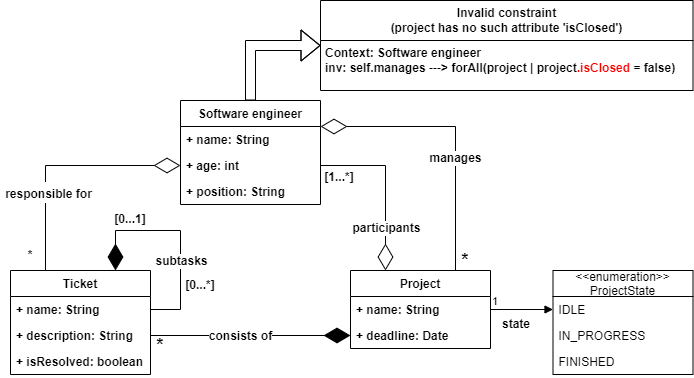
Earlier version of the draw.io export assets/introduction/management_system_with_new_element_variant.png (AntonSk98/User-driven-constraint-modelling-for-entity-models-at-runtime). Source tidied: cells renumbered, new cells last; positions are measured from the earlier drawing's top-left corner, leaving out a move shared by most shapes. Its diagram source:
```xml
<mxGraphModel>
  <root>
    <mxCell id="0" />
    <mxCell id="1" parent="0" />
    <mxCell id="2" value="Software engineer" style="swimlane;fontStyle=1;horizontal=1;startSize=26;fillColor=none;" parent="1" vertex="1">
      <mxGeometry x="180" y="100" width="140" height="104" as="geometry" />
    </mxCell>
    <mxCell id="3" value="+ name: String" style="text;strokeColor=none;fillColor=none;align=left;verticalAlign=top;spacingLeft=4;spacingRight=4;overflow=hidden;fontStyle=1;" parent="2" vertex="1">
      <mxGeometry y="26" width="140" height="26" as="geometry" />
    </mxCell>
    <mxCell id="4" value="+ age: int" style="text;strokeColor=none;fillColor=none;align=left;verticalAlign=top;spacingLeft=4;spacingRight=4;overflow=hidden;points=[[0,0.5],[1,0.5]];portConstraint=eastwest;fontStyle=1;" parent="2" vertex="1">
      <mxGeometry y="52" width="140" height="26" as="geometry" />
    </mxCell>
    <mxCell id="5" value="+ position: String" style="text;strokeColor=none;fillColor=none;align=left;verticalAlign=top;spacingLeft=4;spacingRight=4;overflow=hidden;fontStyle=1;" parent="2" vertex="1">
      <mxGeometry y="78" width="140" height="26" as="geometry" />
    </mxCell>
    <mxCell id="6" value="Ticket" style="swimlane;fontStyle=1;horizontal=1;startSize=26;fillColor=none;" parent="1" vertex="1">
      <mxGeometry x="10" y="270" width="140" height="104" as="geometry" />
    </mxCell>
    <mxCell id="7" value="+ name: String" style="text;strokeColor=none;fillColor=none;align=left;verticalAlign=top;spacingLeft=4;spacingRight=4;overflow=hidden;points=[[0,0.5],[1,0.5]];portConstraint=eastwest;fontStyle=1;" parent="6" vertex="1">
      <mxGeometry y="26" width="140" height="26" as="geometry" />
    </mxCell>
    <mxCell id="8" value="+ description: String" style="text;strokeColor=none;fillColor=none;align=left;verticalAlign=top;spacingLeft=4;spacingRight=4;overflow=hidden;points=[[0,0.5],[1,0.5]];portConstraint=eastwest;fontStyle=1;" parent="6" vertex="1">
      <mxGeometry y="52" width="140" height="26" as="geometry" />
    </mxCell>
    <mxCell id="9" value="+ isResolved: boolean" style="text;strokeColor=none;fillColor=none;align=left;verticalAlign=top;spacingLeft=4;spacingRight=4;overflow=hidden;points=[[0,0.5],[1,0.5]];portConstraint=eastwest;fontStyle=1;" parent="6" vertex="1">
      <mxGeometry y="78" width="140" height="26" as="geometry" />
    </mxCell>
    <mxCell id="10" style="endArrow=diamondThin;endFill=1;endSize=24;html=1;rounded=0;entryX=0.75;entryY=0;entryDx=0;entryDy=0;exitX=1;exitY=0.5;exitDx=0;exitDy=0;edgeStyle=orthogonalEdgeStyle;" parent="6" edge="1" source="7" target="6">
      <mxGeometry relative="1" as="geometry">
        <Array as="points">
          <mxPoint x="170" y="39" />
          <mxPoint x="170" y="-40" />
          <mxPoint x="105" y="-40" />
        </Array>
      </mxGeometry>
    </mxCell>
    <mxCell id="11" value="&lt;font style=&quot;font-size: 12px;&quot;&gt;subtasks&lt;/font&gt;" style="edgeLabel;html=1;align=center;verticalAlign=middle;fontStyle=1;" parent="10" vertex="1">
      <mxGeometry x="0.16" y="-2" relative="1" as="geometry">
        <mxPoint x="15" y="32" as="offset" />
      </mxGeometry>
    </mxCell>
    <mxCell id="12" value="Project" style="swimlane;fontStyle=1;horizontal=1;startSize=26;fillColor=none;" parent="1" vertex="1">
      <mxGeometry x="350" y="270" width="140" height="78" as="geometry" />
    </mxCell>
    <mxCell id="13" value="+ name: String" style="text;strokeColor=none;fillColor=none;align=left;verticalAlign=top;spacingLeft=4;spacingRight=4;overflow=hidden;points=[[0,0.5],[1,0.5]];portConstraint=eastwest;fontStyle=1;" parent="12" vertex="1">
      <mxGeometry y="26" width="140" height="26" as="geometry" />
    </mxCell>
    <mxCell id="14" value="+ deadline: Date" style="text;strokeColor=none;fillColor=none;align=left;verticalAlign=top;spacingLeft=4;spacingRight=4;overflow=hidden;points=[[0,0.5],[1,0.5]];portConstraint=eastwest;fontStyle=1;" parent="12" vertex="1">
      <mxGeometry y="52" width="140" height="26" as="geometry" />
    </mxCell>
    <mxCell id="15" style="endArrow=diamondThin;endFill=1;endSize=24;html=1;rounded=0;entryX=0;entryY=0.5;entryDx=0;entryDy=0;exitX=1;exitY=0.5;exitDx=0;exitDy=0;fontStyle=1;" parent="1" edge="1" source="8" target="14">
      <mxGeometry relative="1" as="geometry" />
    </mxCell>
    <mxCell id="16" value="&lt;b&gt;consists of&lt;/b&gt;" style="edgeLabel;html=1;align=center;verticalAlign=middle;fontSize=12;" parent="15" vertex="1">
      <mxGeometry x="-0.11" relative="1" as="geometry" />
    </mxCell>
    <mxCell id="17" style="endArrow=diamondThin;endFill=0;endSize=24;html=1;rounded=0;entryX=0;entryY=0.5;entryDx=0;entryDy=0;exitX=0.25;exitY=0;exitDx=0;exitDy=0;" parent="1" edge="1" source="6" target="4">
      <mxGeometry relative="1" as="geometry">
        <Array as="points">
          <mxPoint x="45" y="165" />
        </Array>
      </mxGeometry>
    </mxCell>
    <mxCell id="18" value="&lt;font style=&quot;font-size: 12px;&quot;&gt;&lt;b&gt;responsible for&lt;/b&gt;&lt;/font&gt;" style="edgeLabel;html=1;align=center;verticalAlign=middle;fontSize=18;" parent="17" vertex="1">
      <mxGeometry x="-0.34" y="-2" relative="1" as="geometry" />
    </mxCell>
    <mxCell id="19" value="[0...1]" style="text;html=1;strokeColor=none;fillColor=none;align=center;verticalAlign=middle;whiteSpace=wrap;rounded=0;fontSize=12;fontStyle=1;" parent="1" vertex="1">
      <mxGeometry x="100" y="204" width="60" height="30" as="geometry" />
    </mxCell>
    <mxCell id="20" value="&lt;b&gt;[0...*]&lt;/b&gt;" style="text;html=1;strokeColor=none;fillColor=none;align=center;verticalAlign=middle;whiteSpace=wrap;rounded=0;fontSize=12;" parent="1" vertex="1">
      <mxGeometry x="170" y="270" width="60" height="30" as="geometry" />
    </mxCell>
    <mxCell id="21" value="&lt;b&gt;*&lt;/b&gt;" style="text;html=1;strokeColor=none;fillColor=none;align=center;verticalAlign=middle;whiteSpace=wrap;rounded=0;fontSize=12;" parent="1" vertex="1">
      <mxGeometry y="240" width="60" height="30" as="geometry" />
    </mxCell>
    <mxCell id="22" style="endArrow=diamondThin;endFill=0;endSize=24;html=1;rounded=0;fontSize=12;entryX=1;entryY=0.25;entryDx=0;entryDy=0;exitX=0.75;exitY=0;exitDx=0;exitDy=0;" parent="1" edge="1" source="12" target="2">
      <mxGeometry relative="1" as="geometry">
        <Array as="points">
          <mxPoint x="455" y="126" />
        </Array>
      </mxGeometry>
    </mxCell>
    <mxCell id="23" value="&lt;b&gt;manages&lt;/b&gt;" style="edgeLabel;html=1;align=center;verticalAlign=middle;fontSize=12;" parent="22" vertex="1">
      <mxGeometry x="-0.56" y="3" relative="1" as="geometry">
        <mxPoint x="2" y="-51" as="offset" />
      </mxGeometry>
    </mxCell>
    <mxCell id="24" value="*" style="text;html=1;strokeColor=none;fillColor=none;align=center;verticalAlign=middle;whiteSpace=wrap;rounded=0;fontSize=18;fontStyle=1;" parent="1" vertex="1">
      <mxGeometry x="435" y="245" width="60" height="30" as="geometry" />
    </mxCell>
    <mxCell id="25" style="endArrow=diamondThin;endFill=0;endSize=24;html=1;rounded=0;fontSize=12;entryX=0.25;entryY=0;entryDx=0;entryDy=0;exitX=1;exitY=0.5;exitDx=0;exitDy=0;" parent="1" edge="1" source="4" target="12">
      <mxGeometry relative="1" as="geometry">
        <Array as="points">
          <mxPoint x="385" y="165" />
        </Array>
      </mxGeometry>
    </mxCell>
    <mxCell id="26" value="&lt;b&gt;participants&lt;/b&gt;" style="edgeLabel;html=1;align=center;verticalAlign=middle;fontSize=12;" parent="25" vertex="1">
      <mxGeometry x="0.22" relative="1" as="geometry">
        <mxPoint y="23" as="offset" />
      </mxGeometry>
    </mxCell>
    <mxCell id="27" value="&lt;b&gt;[1...*]&lt;/b&gt;" style="text;html=1;strokeColor=none;fillColor=none;align=center;verticalAlign=middle;whiteSpace=wrap;rounded=0;fontSize=12;" parent="1" vertex="1">
      <mxGeometry x="309" y="162" width="60" height="30" as="geometry" />
    </mxCell>
    <mxCell id="28" value="*" style="text;html=1;strokeColor=none;fillColor=none;align=center;verticalAlign=middle;whiteSpace=wrap;rounded=0;fontSize=18;fontStyle=1;" parent="1" vertex="1">
      <mxGeometry x="130" y="330" width="60" height="30" as="geometry" />
    </mxCell>
    <mxCell id="29" value="Invalid constraint&lt;br&gt;(project has no such attribute 'isClosed')" style="swimlane;whiteSpace=wrap;html=1;startSize=40;" parent="1" vertex="1">
      <mxGeometry x="320" width="372.5" height="90" as="geometry" />
    </mxCell>
    <mxCell id="30" value="&lt;b&gt;Context: Software engineer&lt;br&gt;&lt;/b&gt;&lt;div style=&quot;&quot;&gt;&lt;span style=&quot;background-color: initial;&quot;&gt;&lt;b&gt;inv: self.manages &lt;/b&gt;---&lt;b&gt;&amp;gt; forAll(project | project&lt;font color=&quot;#ff0000&quot;&gt;.isClosed&lt;/font&gt; = false)&lt;/b&gt;&lt;/span&gt;&lt;/div&gt;" style="text;html=1;align=left;verticalAlign=middle;strokeColor=none;fillColor=none;" parent="29" vertex="1">
      <mxGeometry x="2.5" y="40" width="370" height="40" as="geometry" />
    </mxCell>
    <mxCell id="31" style="shape=flexArrow;endArrow=classic;html=1;rounded=0;entryX=0;entryY=0.5;entryDx=0;entryDy=0;exitX=0.5;exitY=0;exitDx=0;exitDy=0;" parent="1" edge="1" source="2" target="29">
      <mxGeometry relative="1" as="geometry">
        <Array as="points">
          <mxPoint x="250" y="45" />
        </Array>
      </mxGeometry>
    </mxCell>
    <mxCell id="32" value="&lt;&lt;enumeration&gt;&gt;&#10;ProjectState" style="swimlane;fontStyle=0;horizontal=1;startSize=26;fillColor=none;" parent="1" vertex="1">
      <mxGeometry x="552.5" y="270" width="140" height="104" as="geometry" />
    </mxCell>
    <mxCell id="33" value="IDLE" style="text;strokeColor=none;fillColor=none;align=left;verticalAlign=top;spacingLeft=4;spacingRight=4;overflow=hidden;points=[[0,0.5],[1,0.5]];portConstraint=eastwest;" parent="32" vertex="1">
      <mxGeometry y="26" width="140" height="26" as="geometry" />
    </mxCell>
    <mxCell id="34" value="IN_PROGRESS" style="text;strokeColor=none;fillColor=none;align=left;verticalAlign=top;spacingLeft=4;spacingRight=4;overflow=hidden;" parent="32" vertex="1">
      <mxGeometry y="52" width="140" height="26" as="geometry" />
    </mxCell>
    <mxCell id="35" value="FINISHED" style="text;strokeColor=none;fillColor=none;align=left;verticalAlign=top;spacingLeft=4;spacingRight=4;overflow=hidden;" parent="32" vertex="1">
      <mxGeometry y="78" width="140" height="26" as="geometry" />
    </mxCell>
    <mxCell id="36" value="&lt;b&gt;&lt;font style=&quot;font-size: 12px;&quot;&gt;state&lt;/font&gt;&lt;/b&gt;" style="endArrow=block;endFill=1;html=1;edgeStyle=orthogonalEdgeStyle;align=left;verticalAlign=top;rounded=0;exitX=1;exitY=0.5;exitDx=0;exitDy=0;entryX=0;entryY=0.5;entryDx=0;entryDy=0;" parent="1" edge="1" source="13" target="33">
      <mxGeometry x="-0.68" y="-1" relative="1" as="geometry" />
    </mxCell>
    <mxCell id="37" value="1" style="edgeLabel;html=1;align=left;verticalAlign=bottom;" parent="36" vertex="1">
      <mxGeometry x="-1" relative="1" as="geometry" />
    </mxCell>
  </root>
</mxGraphModel>
```
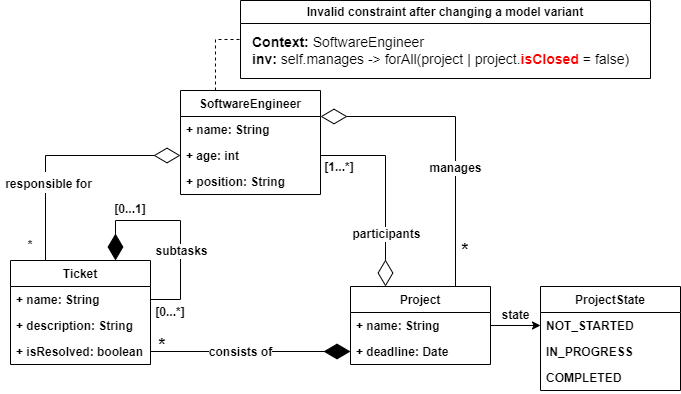
The same diagram one commit later.

Change to the diagram source:
```diff
@@ -2,7 +2,7 @@
   <root>
     <mxCell id="0" />
     <mxCell id="1" parent="0" />
-    <mxCell id="2" value="Software engineer" style="swimlane;fontStyle=1;horizontal=1;startSize=26;fillColor=none;" parent="1" vertex="1">
+    <mxCell id="2" value="SoftwareEngineer" style="swimlane;fontStyle=1;horizontal=1;startSize=26;fillColor=none;" parent="1" vertex="1">
       <mxGeometry x="180" y="100" width="140" height="104" as="geometry" />
     </mxCell>
     <mxCell id="3" value="+ name: String" style="text;strokeColor=none;fillColor=none;align=left;verticalAlign=top;spacingLeft=4;spacingRight=4;overflow=hidden;fontStyle=1;" parent="2" vertex="1">
@@ -41,7 +41,7 @@
       </mxGeometry>
     </mxCell>
     <mxCell id="12" value="Project" style="swimlane;fontStyle=1;horizontal=1;startSize=26;fillColor=none;" parent="1" vertex="1">
-      <mxGeometry x="350" y="270" width="140" height="78" as="geometry" />
+      <mxGeometry x="350" y="296" width="140" height="78" as="geometry" />
     </mxCell>
     <mxCell id="13" value="+ name: String" style="text;strokeColor=none;fillColor=none;align=left;verticalAlign=top;spacingLeft=4;spacingRight=4;overflow=hidden;points=[[0,0.5],[1,0.5]];portConstraint=eastwest;fontStyle=1;" parent="12" vertex="1">
       <mxGeometry y="26" width="140" height="26" as="geometry" />
@@ -49,7 +49,7 @@
     <mxCell id="14" value="+ deadline: Date" style="text;strokeColor=none;fillColor=none;align=left;verticalAlign=top;spacingLeft=4;spacingRight=4;overflow=hidden;points=[[0,0.5],[1,0.5]];portConstraint=eastwest;fontStyle=1;" parent="12" vertex="1">
       <mxGeometry y="52" width="140" height="26" as="geometry" />
     </mxCell>
-    <mxCell id="15" style="endArrow=diamondThin;endFill=1;endSize=24;html=1;rounded=0;entryX=0;entryY=0.5;entryDx=0;entryDy=0;exitX=1;exitY=0.5;exitDx=0;exitDy=0;fontStyle=1;" parent="1" edge="1" source="8" target="14">
+    <mxCell id="15" style="endArrow=diamondThin;endFill=1;endSize=24;html=1;rounded=0;entryX=0;entryY=0.5;entryDx=0;entryDy=0;exitX=1;exitY=0.5;exitDx=0;exitDy=0;fontStyle=1;" parent="1" edge="1" source="9" target="14">
       <mxGeometry relative="1" as="geometry" />
     </mxCell>
     <mxCell id="16" value="&lt;b&gt;consists of&lt;/b&gt;" style="edgeLabel;html=1;align=center;verticalAlign=middle;fontSize=12;" parent="15" vertex="1">
@@ -69,7 +69,7 @@
       <mxGeometry x="100" y="204" width="60" height="30" as="geometry" />
     </mxCell>
     <mxCell id="20" value="&lt;b&gt;[0...*]&lt;/b&gt;" style="text;html=1;strokeColor=none;fillColor=none;align=center;verticalAlign=middle;whiteSpace=wrap;rounded=0;fontSize=12;" parent="1" vertex="1">
-      <mxGeometry x="170" y="270" width="60" height="30" as="geometry" />
+      <mxGeometry x="140" y="307" width="60" height="30" as="geometry" />
     </mxCell>
     <mxCell id="21" value="&lt;b&gt;*&lt;/b&gt;" style="text;html=1;strokeColor=none;fillColor=none;align=center;verticalAlign=middle;whiteSpace=wrap;rounded=0;fontSize=12;" parent="1" vertex="1">
       <mxGeometry y="240" width="60" height="30" as="geometry" />
@@ -105,38 +105,38 @@
       <mxGeometry x="309" y="162" width="60" height="30" as="geometry" />
     </mxCell>
     <mxCell id="28" value="*" style="text;html=1;strokeColor=none;fillColor=none;align=center;verticalAlign=middle;whiteSpace=wrap;rounded=0;fontSize=18;fontStyle=1;" parent="1" vertex="1">
-      <mxGeometry x="130" y="330" width="60" height="30" as="geometry" />
+      <mxGeometry x="132" y="340" width="60" height="30" as="geometry" />
     </mxCell>
-    <mxCell id="29" value="Invalid constraint&lt;br&gt;(project has no such attribute 'isClosed')" style="swimlane;whiteSpace=wrap;html=1;startSize=40;" parent="1" vertex="1">
-      <mxGeometry x="320" width="372.5" height="90" as="geometry" />
-    </mxCell>
-    <mxCell id="30" value="&lt;b&gt;Context: Software engineer&lt;br&gt;&lt;/b&gt;&lt;div style=&quot;&quot;&gt;&lt;span style=&quot;background-color: initial;&quot;&gt;&lt;b&gt;inv: self.manages &lt;/b&gt;---&lt;b&gt;&amp;gt; forAll(project | project&lt;font color=&quot;#ff0000&quot;&gt;.isClosed&lt;/font&gt; = false)&lt;/b&gt;&lt;/span&gt;&lt;/div&gt;" style="text;html=1;align=left;verticalAlign=middle;strokeColor=none;fillColor=none;" parent="29" vertex="1">
-      <mxGeometry x="2.5" y="40" width="370" height="40" as="geometry" />
-    </mxCell>
-    <mxCell id="31" style="shape=flexArrow;endArrow=classic;html=1;rounded=0;entryX=0;entryY=0.5;entryDx=0;entryDy=0;exitX=0.5;exitY=0;exitDx=0;exitDy=0;" parent="1" edge="1" source="2" target="29">
-      <mxGeometry relative="1" as="geometry">
-        <Array as="points">
-          <mxPoint x="250" y="45" />
-        </Array>
-      </mxGeometry>
-    </mxCell>
-    <mxCell id="32" value="&lt;&lt;enumeration&gt;&gt;&#10;ProjectState" style="swimlane;fontStyle=0;horizontal=1;startSize=26;fillColor=none;" parent="1" vertex="1">
-      <mxGeometry x="552.5" y="270" width="140" height="104" as="geometry" />
-    </mxCell>
-    <mxCell id="33" value="IDLE" style="text;strokeColor=none;fillColor=none;align=left;verticalAlign=top;spacingLeft=4;spacingRight=4;overflow=hidden;points=[[0,0.5],[1,0.5]];portConstraint=eastwest;" parent="32" vertex="1">
-      <mxGeometry y="26" width="140" height="26" as="geometry" />
-    </mxCell>
+    <mxCell id="38" value="Invalid constraint after changing a model variant" style="swimlane;whiteSpace=wrap;html=1;fontColor=#000000;" parent="1" vertex="1">
+      <mxGeometry x="240" y="10" width="410" height="78" as="geometry" />
+    </mxCell>
+    <mxCell id="39" value="&lt;div style=&quot;font-size: 14px;&quot;&gt;&lt;font style=&quot;font-size: 14px;&quot;&gt;&lt;b&gt;Context:&lt;/b&gt; SoftwareEngineer&lt;/font&gt;&lt;/div&gt;&lt;div style=&quot;font-size: 14px;&quot;&gt;&lt;font style=&quot;font-size: 14px;&quot;&gt;&lt;b&gt;inv:&lt;/b&gt; self.manages -&amp;gt; forAll(project | project.&lt;font color=&quot;#ff0000&quot;&gt;&lt;b&gt;isClosed &lt;/b&gt;&lt;/font&gt;= false)&lt;/font&gt;&lt;/div&gt;" style="text;html=1;align=left;verticalAlign=middle;strokeColor=none;fillColor=none;fontColor=#000000;" parent="38" vertex="1">
+      <mxGeometry x="10" y="25" width="400" height="50" as="geometry" />
+    </mxCell>
+    <mxCell id="40" style="endArrow=none;dashed=1;html=1;rounded=0;fontSize=14;fontColor=#FF0000;exitX=0.25;exitY=0;exitDx=0;exitDy=0;entryX=0;entryY=0.5;entryDx=0;entryDy=0;" parent="1" edge="1" source="2" target="38">
+      <mxGeometry relative="1" as="geometry">
+        <Array as="points">
+          <mxPoint x="215" y="49" />
+        </Array>
+      </mxGeometry>
+    </mxCell>
+    <mxCell id="41" value="ProjectState" style="swimlane;fontStyle=1;horizontal=1;startSize=26;fillColor=none;" parent="1" vertex="1">
+      <mxGeometry x="540" y="296" width="140" height="104" as="geometry" />
+    </mxCell>
+    <mxCell id="42" value="NOT_STARTED" style="text;strokeColor=none;fillColor=none;align=left;verticalAlign=top;spacingLeft=4;spacingRight=4;overflow=hidden;points=[[0,0.5],[1,0.5]];portConstraint=eastwest;fontStyle=1;" parent="41" vertex="1">
+      <mxGeometry y="26" width="140" height="26" as="geometry" />
+    </mxCell>
-    <mxCell id="34" value="IN_PROGRESS" style="text;strokeColor=none;fillColor=none;align=left;verticalAlign=top;spacingLeft=4;spacingRight=4;overflow=hidden;" parent="32" vertex="1">
+    <mxCell id="34" value="IN_PROGRESS" style="text;strokeColor=none;fillColor=none;align=left;verticalAlign=top;spacingLeft=4;spacingRight=4;overflow=hidden;fontStyle=1;" parent="41" vertex="1">
       <mxGeometry y="52" width="140" height="26" as="geometry" />
     </mxCell>
-    <mxCell id="35" value="FINISHED" style="text;strokeColor=none;fillColor=none;align=left;verticalAlign=top;spacingLeft=4;spacingRight=4;overflow=hidden;" parent="32" vertex="1">
-      <mxGeometry y="78" width="140" height="26" as="geometry" />
-    </mxCell>
+    <mxCell id="43" value="COMPLETED" style="text;strokeColor=none;fillColor=none;align=left;verticalAlign=top;spacingLeft=4;spacingRight=4;overflow=hidden;fontStyle=1;" parent="41" vertex="1">
+      <mxGeometry y="78" width="140" height="26" as="geometry" />
+    </mxCell>
+    <mxCell id="44" style="edgeStyle=orthogonalEdgeStyle;rounded=0;jettySize=auto;html=1;exitX=1;exitY=0.5;exitDx=0;exitDy=0;fontSize=14;fontColor=#FF0000;" parent="1" edge="1" source="13" target="42">
+      <mxGeometry relative="1" as="geometry" />
+    </mxCell>
-    <mxCell id="36" value="&lt;b&gt;&lt;font style=&quot;font-size: 12px;&quot;&gt;state&lt;/font&gt;&lt;/b&gt;" style="endArrow=block;endFill=1;html=1;edgeStyle=orthogonalEdgeStyle;align=left;verticalAlign=top;rounded=0;exitX=1;exitY=0.5;exitDx=0;exitDy=0;entryX=0;entryY=0.5;entryDx=0;entryDy=0;" parent="1" edge="1" source="13" target="33">
-      <mxGeometry x="-0.68" y="-1" relative="1" as="geometry" />
+    <mxCell id="36" value="&lt;font color=&quot;#000000&quot; style=&quot;font-size: 12px;&quot;&gt;&lt;b&gt;state&lt;/b&gt;&lt;/font&gt;" style="text;html=1;align=center;verticalAlign=middle;strokeColor=none;fillColor=none;fontSize=12;fontColor=#FF0000;" parent="1" vertex="1">
+      <mxGeometry x="490" y="310" width="50" height="30" as="geometry" />
     </mxCell>
-    <mxCell id="37" value="1" style="edgeLabel;html=1;align=left;verticalAlign=bottom;" parent="36" vertex="1">
-      <mxGeometry x="-1" relative="1" as="geometry" />
-    </mxCell>
   </root>
 </mxGraphModel>
```
